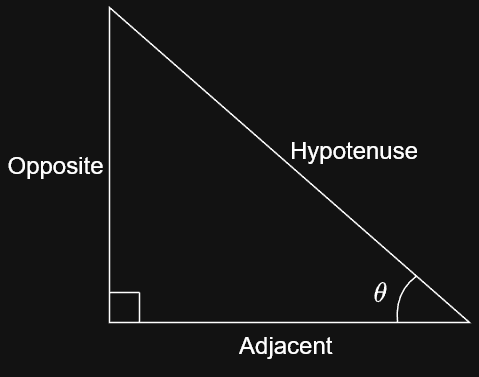
dheemanth-bhat/maths-for-ml keeps this draw.io diagram as 3_Linear_Algebra/images/trigonometric_ratios.png. Above is the earlier version. Source tidied: cells renumbered, new cells last; positions are measured from the earlier drawing's top-left corner, leaving out a move shared by most shapes. Source of this version:
```xml
<mxGraphModel math="1">
  <root>
    <mxCell id="0" />
    <mxCell id="1" parent="0" />
    <mxCell id="2" style="verticalLabelPosition=bottom;verticalAlign=top;html=1;shape=mxgraph.basic.orthogonal_triangle;" parent="1" vertex="1">
      <mxGeometry x="68" width="240" height="210" as="geometry" />
    </mxCell>
    <mxCell id="3" style="curved=1;endArrow=none;html=1;rounded=0;endFill=0;entryX=0.844;entryY=0.853;entryDx=0;entryDy=0;entryPerimeter=0;" parent="1" edge="1">
      <mxGeometry relative="1" as="geometry">
        <mxPoint x="260" y="210" as="sourcePoint" />
        <mxPoint x="272.6" y="179.1" as="targetPoint" />
        <Array as="points">
          <mxPoint x="258" y="190" />
        </Array>
      </mxGeometry>
    </mxCell>
    <mxCell id="4" style="endArrow=none;html=1;rounded=0;" parent="1" edge="1">
      <mxGeometry relative="1" as="geometry">
        <mxPoint x="88" y="210" as="sourcePoint" />
        <mxPoint x="88" y="190" as="targetPoint" />
      </mxGeometry>
    </mxCell>
    <mxCell id="5" style="endArrow=none;html=1;rounded=0;" parent="1" edge="1">
      <mxGeometry relative="1" as="geometry">
        <mxPoint x="68" y="190" as="sourcePoint" />
        <mxPoint x="88" y="190" as="targetPoint" />
      </mxGeometry>
    </mxCell>
    <mxCell id="6" value="&lt;font style=&quot;font-size: 16px;&quot;&gt;$$\theta$$&lt;/font&gt;" style="text;html=1;whiteSpace=wrap;strokeColor=none;fillColor=none;align=center;verticalAlign=middle;rounded=0;" parent="1" vertex="1">
      <mxGeometry x="238" y="180" width="20" height="20" as="geometry" />
    </mxCell>
    <mxCell id="7" value="&lt;font style=&quot;font-size: 16px;&quot;&gt;Hypotenuse&lt;/font&gt;" style="text;html=1;whiteSpace=wrap;strokeColor=none;fillColor=none;align=center;verticalAlign=middle;rounded=0;rotation=0;" parent="1" vertex="1">
      <mxGeometry x="186" y="80.1" width="90" height="30" as="geometry" />
    </mxCell>
    <mxCell id="8" value="&lt;font style=&quot;font-size: 16px;&quot;&gt;Opposite&lt;/font&gt;" style="text;html=1;whiteSpace=wrap;strokeColor=none;fillColor=none;align=center;verticalAlign=middle;rounded=0;rotation=0;" parent="1" vertex="1">
      <mxGeometry y="90" width="64" height="30" as="geometry" />
    </mxCell>
    <mxCell id="9" value="&lt;font style=&quot;font-size: 16px;&quot;&gt;Adjacent&lt;/font&gt;" style="text;html=1;whiteSpace=wrap;strokeColor=none;fillColor=none;align=center;verticalAlign=middle;rounded=0;rotation=0;" parent="1" vertex="1">
      <mxGeometry x="153" y="210" width="65" height="30" as="geometry" />
    </mxCell>
  </root>
</mxGraphModel>
```
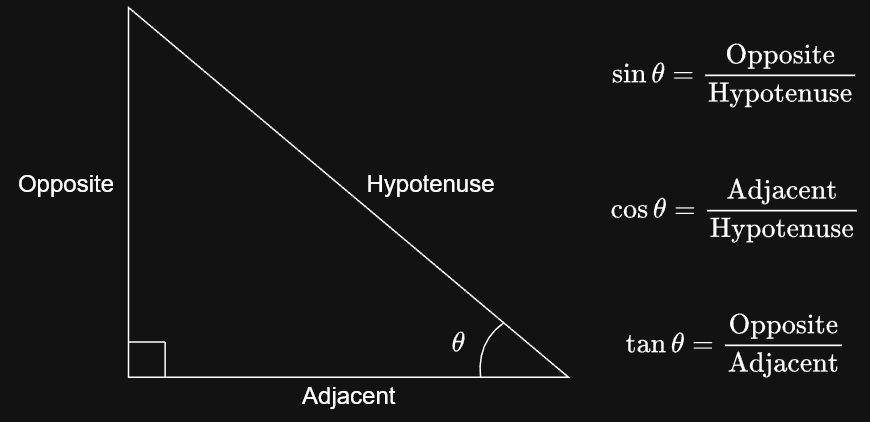
After the change.

The edit, as a diff of the source:
```diff
@@ -2,41 +2,53 @@
   <root>
     <mxCell id="0" />
     <mxCell id="1" parent="0" />
+    <mxCell id="10" style="group;" parent="1" vertex="1">
+      <mxGeometry x="-52" y="-30" width="374" height="270" as="geometry" />
+    </mxCell>
-    <mxCell id="2" style="verticalLabelPosition=bottom;verticalAlign=top;html=1;shape=mxgraph.basic.orthogonal_triangle;" parent="1" vertex="1">
-      <mxGeometry x="68" width="240" height="210" as="geometry" />
+    <mxCell id="2" style="verticalLabelPosition=bottom;verticalAlign=top;html=1;shape=mxgraph.basic.orthogonal_triangle;" parent="10" vertex="1">
+      <mxGeometry x="80.7" width="293.3" height="246.5" as="geometry" />
     </mxCell>
-    <mxCell id="3" style="curved=1;endArrow=none;html=1;rounded=0;endFill=0;entryX=0.844;entryY=0.853;entryDx=0;entryDy=0;entryPerimeter=0;" parent="1" edge="1">
+    <mxCell id="3" style="curved=1;endArrow=none;html=1;rounded=0;endFill=0;entryX=0.844;entryY=0.853;entryDx=0;entryDy=0;entryPerimeter=0;" parent="10" edge="1">
       <mxGeometry relative="1" as="geometry">
-        <mxPoint x="260" y="210" as="sourcePoint" />
-        <mxPoint x="272.6" y="179.1" as="targetPoint" />
+        <mxPoint x="315.3" y="246.5" as="sourcePoint" />
+        <mxPoint x="330.7" y="210.3" as="targetPoint" />
         <Array as="points">
-          <mxPoint x="258" y="190" />
+          <mxPoint x="312.9" y="223" />
         </Array>
       </mxGeometry>
     </mxCell>
-    <mxCell id="4" style="endArrow=none;html=1;rounded=0;" parent="1" edge="1">
+    <mxCell id="4" style="endArrow=none;html=1;rounded=0;" parent="10" edge="1">
       <mxGeometry relative="1" as="geometry">
-        <mxPoint x="88" y="210" as="sourcePoint" />
-        <mxPoint x="88" y="190" as="targetPoint" />
+        <mxPoint x="105.1" y="246.5" as="sourcePoint" />
+        <mxPoint x="105.1" y="223" as="targetPoint" />
       </mxGeometry>
     </mxCell>
-    <mxCell id="5" style="endArrow=none;html=1;rounded=0;" parent="1" edge="1">
+    <mxCell id="5" style="endArrow=none;html=1;rounded=0;" parent="10" edge="1">
       <mxGeometry relative="1" as="geometry">
-        <mxPoint x="68" y="190" as="sourcePoint" />
-        <mxPoint x="88" y="190" as="targetPoint" />
+        <mxPoint x="80.7" y="223" as="sourcePoint" />
+        <mxPoint x="105.1" y="223" as="targetPoint" />
       </mxGeometry>
     </mxCell>
-    <mxCell id="6" value="&lt;font style=&quot;font-size: 16px;&quot;&gt;$$\theta$$&lt;/font&gt;" style="text;html=1;whiteSpace=wrap;strokeColor=none;fillColor=none;align=center;verticalAlign=middle;rounded=0;" parent="1" vertex="1">
-      <mxGeometry x="238" y="180" width="20" height="20" as="geometry" />
+    <mxCell id="6" value="&lt;font style=&quot;font-size: 16px;&quot;&gt;$$\theta$$&lt;/font&gt;" style="text;html=1;whiteSpace=wrap;strokeColor=none;fillColor=none;align=center;verticalAlign=middle;rounded=0;" parent="10" vertex="1">
+      <mxGeometry x="288.4" y="211.3" width="24.4" height="23.5" as="geometry" />
     </mxCell>
-    <mxCell id="7" value="&lt;font style=&quot;font-size: 16px;&quot;&gt;Hypotenuse&lt;/font&gt;" style="text;html=1;whiteSpace=wrap;strokeColor=none;fillColor=none;align=center;verticalAlign=middle;rounded=0;rotation=0;" parent="1" vertex="1">
-      <mxGeometry x="186" y="80.1" width="90" height="30" as="geometry" />
+    <mxCell id="7" value="&lt;font style=&quot;font-size: 16px;&quot;&gt;Hypotenuse&lt;/font&gt;" style="text;html=1;whiteSpace=wrap;strokeColor=none;fillColor=none;align=center;verticalAlign=middle;rounded=0;rotation=0;" parent="10" vertex="1">
+      <mxGeometry x="227.3" y="105.7" width="110" height="23.4" as="geometry" />
     </mxCell>
-    <mxCell id="8" value="&lt;font style=&quot;font-size: 16px;&quot;&gt;Opposite&lt;/font&gt;" style="text;html=1;whiteSpace=wrap;strokeColor=none;fillColor=none;align=center;verticalAlign=middle;rounded=0;rotation=0;" parent="1" vertex="1">
-      <mxGeometry y="90" width="64" height="30" as="geometry" />
+    <mxCell id="8" value="&lt;font style=&quot;font-size: 16px;&quot;&gt;Opposite&lt;/font&gt;" style="text;html=1;whiteSpace=wrap;strokeColor=none;fillColor=none;align=center;verticalAlign=middle;rounded=0;rotation=0;" parent="10" vertex="1">
+      <mxGeometry y="105.7" width="78.2" height="23.5" as="geometry" />
     </mxCell>
-    <mxCell id="9" value="&lt;font style=&quot;font-size: 16px;&quot;&gt;Adjacent&lt;/font&gt;" style="text;html=1;whiteSpace=wrap;strokeColor=none;fillColor=none;align=center;verticalAlign=middle;rounded=0;rotation=0;" parent="1" vertex="1">
-      <mxGeometry x="153" y="210" width="65" height="30" as="geometry" />
+    <mxCell id="9" value="&lt;font style=&quot;font-size: 16px;&quot;&gt;Adjacent&lt;/font&gt;" style="text;html=1;whiteSpace=wrap;strokeColor=none;fillColor=none;align=center;verticalAlign=middle;rounded=0;rotation=0;" parent="10" vertex="1">
+      <mxGeometry x="187.6" y="246.5" width="79.4" height="23.5" as="geometry" />
     </mxCell>
+    <mxCell id="11" value="&lt;font style=&quot;font-size: 16px;&quot;&gt;$$\sin \theta = \frac{\text{Opposite}}{\text{Hypotenuse}}$$&lt;/font&gt;" style="text;html=1;whiteSpace=wrap;strokeColor=none;fillColor=none;align=center;verticalAlign=middle;rounded=0;" parent="1" vertex="1">
+      <mxGeometry x="348" y="-10" width="170" height="50" as="geometry" />
+    </mxCell>
+    <mxCell id="12" value="&lt;font style=&quot;font-size: 16px;&quot;&gt;$$\cos \theta = \frac{\text{Adjacent}}{\text{Hypotenuse}}$$&lt;/font&gt;" style="text;html=1;whiteSpace=wrap;strokeColor=none;fillColor=none;align=center;verticalAlign=middle;rounded=0;" parent="1" vertex="1">
+      <mxGeometry x="348" y="77.6" width="170" height="54.8" as="geometry" />
+    </mxCell>
+    <mxCell id="13" value="&lt;font style=&quot;font-size: 16px;&quot;&gt;$$\tan \theta = \frac{\text{Opposite}}{\text{Adjacent}}$$&lt;/font&gt;" style="text;html=1;whiteSpace=wrap;strokeColor=none;fillColor=none;align=center;verticalAlign=middle;rounded=0;" parent="1" vertex="1">
+      <mxGeometry x="353" y="170" width="160" height="49.5" as="geometry" />
+    </mxCell>
   </root>
 </mxGraphModel>
```
